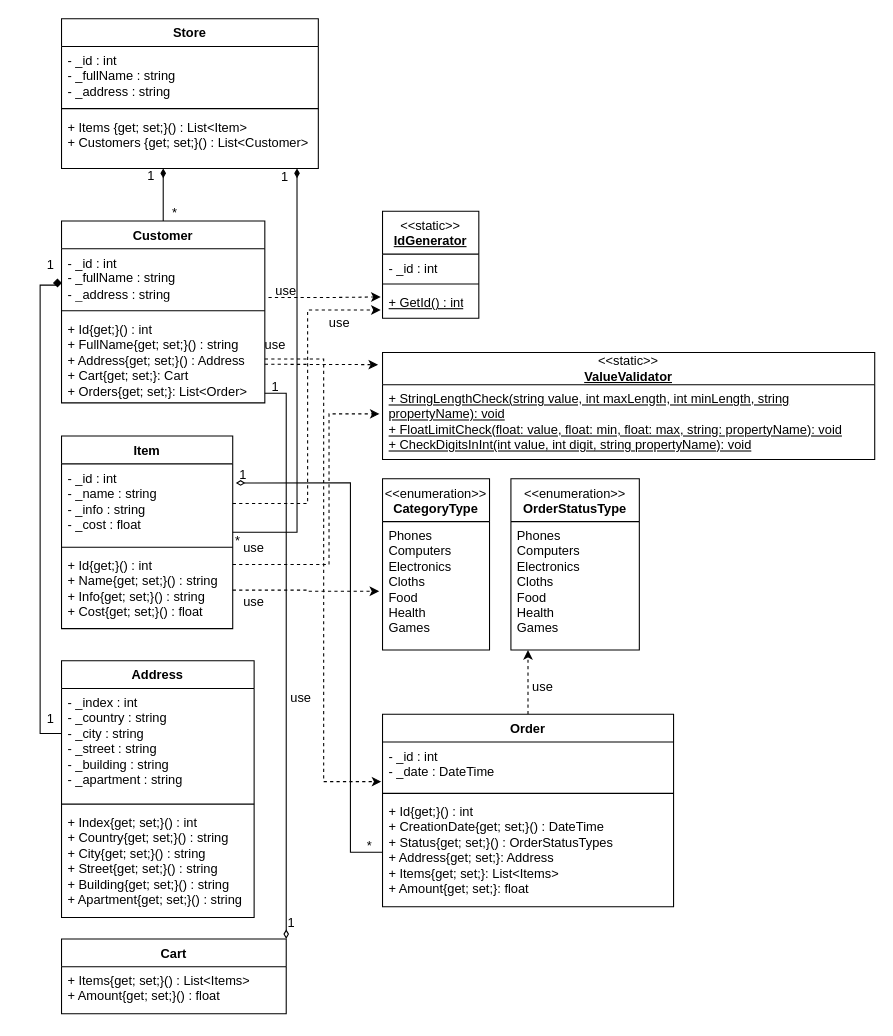
Earlier version of the draw.io diagram oop-winform/Diagram.drawio (antoniocra04/oop-winform). Source tidied: cells renumbered, new cells numbered last; positions are measured from the earlier drawing's top-left corner, leaving out a move shared by most shapes. Both pictures are drawn from the tidied source at 107%, with x=0, y=0 at pixel (18, 18).
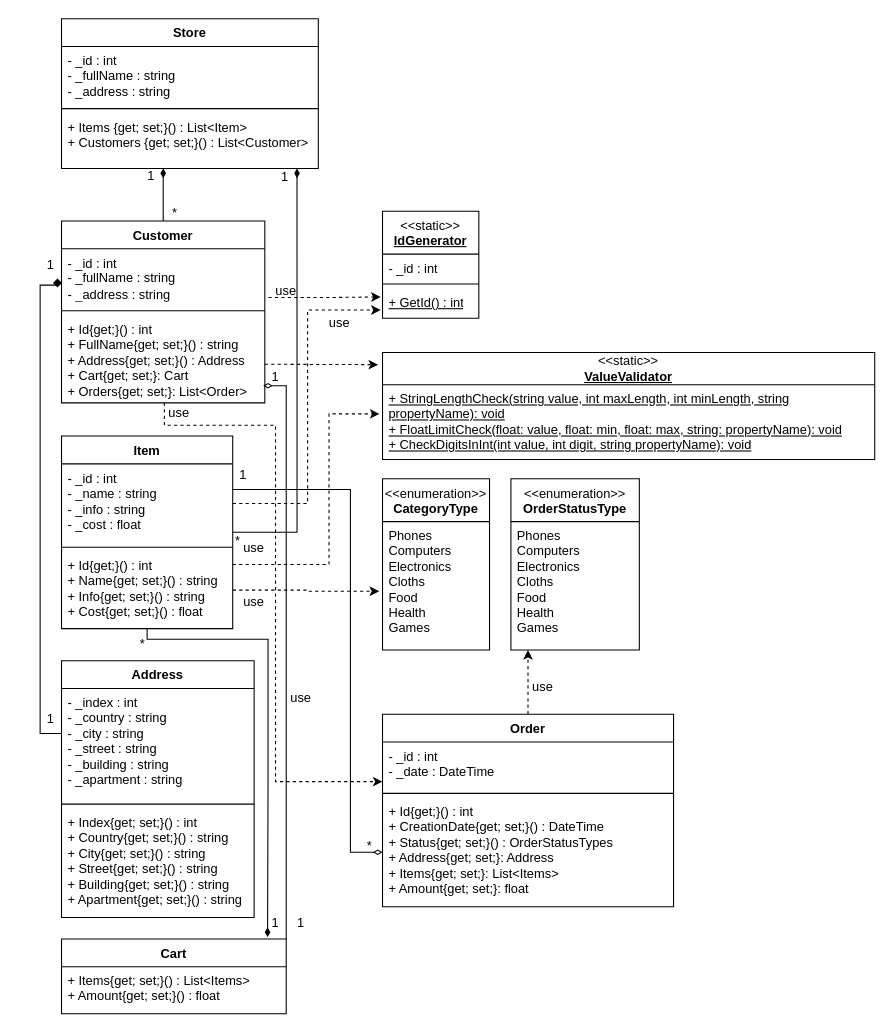
The same page after the edit.

Commit message (it also covers changes not shown here):
fix(ordersTab, diagramm): исправление замечаний

Unchanged cells that the change refers to:
```xml
<mxCell id="5" value="+ Id{get;}() : int&lt;br&gt;+ FullName{get; set;}() : string&lt;br&gt;+ Address{get; set;}() : Address&lt;div&gt;+ Cart{get; set;}: Cart&lt;/div&gt;&lt;div&gt;+ Orders{get; set;}: List&amp;lt;Order&amp;gt;&lt;/div&gt;" style="text;strokeColor=none;fillColor=none;align=left;verticalAlign=top;spacingLeft=4;spacingRight=4;overflow=hidden;points=[[0,0.5],[1,0.5]];portConstraint=eastwest;whiteSpace=wrap;html=1;" parent="2" vertex="1">
  <mxGeometry y="88" width="190" height="82" as="geometry" />
</mxCell>
<mxCell id="6" value="Item" style="swimlane;fontStyle=1;align=center;verticalAlign=top;horizontal=1;startSize=26;whiteSpace=wrap;html=1;" parent="1" vertex="1">
  <mxGeometry x="40" y="390" width="160" height="180" as="geometry" />
</mxCell>
<mxCell id="7" value="- _id : int&lt;br&gt;- _name : string&lt;br&gt;- _info : string&lt;br&gt;- _cost : float" style="text;strokeColor=none;fillColor=none;align=left;verticalAlign=top;spacingLeft=4;spacingRight=4;overflow=hidden;points=[[0,0.5],[1,0.5]];portConstraint=eastwest;whiteSpace=wrap;html=1;" parent="6" vertex="1">
  <mxGeometry y="26" width="160" height="74" as="geometry" />
</mxCell>
<mxCell id="45" value="Cart" style="swimlane;fontStyle=1;align=center;verticalAlign=top;horizontal=1;startSize=26;whiteSpace=wrap;html=1;" parent="1" vertex="1">
  <mxGeometry x="40" y="860" width="210" height="70" as="geometry" />
</mxCell>
<mxCell id="49" value="- _id : int&lt;br&gt;- _date : DateTime" style="text;strokeColor=none;fillColor=none;align=left;verticalAlign=top;spacingLeft=4;spacingRight=4;overflow=hidden;points=[[0,0.5],[1,0.5]];portConstraint=eastwest;whiteSpace=wrap;html=1;" parent="48" vertex="1">
  <mxGeometry y="26" width="272" height="44" as="geometry" />
</mxCell>
<mxCell id="51" value="+ Id{get;}() : int&lt;br&gt;+ CreationDate{get; set;}() : DateTime&lt;br&gt;+ Status{get; set;}() : OrderStatusTypes&lt;div&gt;+ Address{get; set;}: Address&lt;/div&gt;&lt;div&gt;+ Items{get; set;}: List&amp;lt;Items&amp;gt;&lt;/div&gt;&lt;div&gt;+ Amount{get; set;}: float&lt;/div&gt;" style="text;strokeColor=none;fillColor=none;align=left;verticalAlign=top;spacingLeft=4;spacingRight=4;overflow=hidden;points=[[0,0.5],[1,0.5]];portConstraint=eastwest;whiteSpace=wrap;html=1;" parent="48" vertex="1">
  <mxGeometry y="78" width="272" height="102" as="geometry" />
</mxCell>
```

The edit, as a diff of the source:
```diff
@@
     <mxCell id="20" value="use" style="text;html=1;align=center;verticalAlign=middle;whiteSpace=wrap;rounded=0;" parent="1" vertex="1">
-      <mxGeometry x="210" y="290" width="60" height="30" as="geometry" />
+      <mxGeometry x="120" y="354" width="60" height="30" as="geometry" />
     </mxCell>
@@
-    <mxCell id="55" style="edgeStyle=orthogonalEdgeStyle;rounded=0;jettySize=auto;html=1;entryX=1;entryY=0;entryDx=0;entryDy=0;endArrow=diamondThin;endFill=0;" parent="1" edge="1" source="5" target="45">
-      <mxGeometry relative="1" as="geometry">
-        <Array as="points">
-          <mxPoint x="250" y="350" />
-        </Array>
-      </mxGeometry>
-    </mxCell>
@@
-    <mxCell id="57" style="edgeStyle=orthogonalEdgeStyle;rounded=0;jettySize=auto;html=1;entryX=-0.004;entryY=0.841;entryDx=0;entryDy=0;entryPerimeter=0;dashed=1;" parent="1" edge="1" source="5" target="49">
-      <mxGeometry relative="1" as="geometry" />
+    <mxCell id="57" style="edgeStyle=orthogonalEdgeStyle;rounded=0;orthogonalLoop=1;jettySize=auto;html=1;entryX=-0.004;entryY=0.841;entryDx=0;entryDy=0;entryPerimeter=0;dashed=1;" parent="1" edge="1">
+      <mxGeometry relative="1" as="geometry">
+        <mxPoint x="136.1" y="359" as="sourcePoint" />
+        <mxPoint x="340" y="713" as="targetPoint" />
+        <Array as="points">
+          <mxPoint x="136" y="380" />
+          <mxPoint x="240" y="380" />
+          <mxPoint x="240" y="713" />
+        </Array>
+      </mxGeometry>
     </mxCell>
-    <mxCell id="58" style="edgeStyle=orthogonalEdgeStyle;rounded=0;jettySize=auto;html=1;entryX=1.018;entryY=0.241;entryDx=0;entryDy=0;entryPerimeter=0;endArrow=diamondThin;endFill=0;" parent="1" edge="1" source="51" target="7">
-      <mxGeometry relative="1" as="geometry">
-        <Array as="points">
-          <mxPoint x="310" y="779" />
-          <mxPoint x="310" y="434" />
-        </Array>
-      </mxGeometry>
-    </mxCell>
     <mxCell id="59" value="1" style="text;html=1;align=center;verticalAlign=middle;whiteSpace=wrap;rounded=0;" parent="1" vertex="1">
-      <mxGeometry x="225" y="329" width="30" height="30" as="geometry" />
+      <mxGeometry x="225" y="320" width="30" height="30" as="geometry" />
     </mxCell>
     <mxCell id="60" value="1" style="text;html=1;align=center;verticalAlign=middle;whiteSpace=wrap;rounded=0;" parent="1" vertex="1">
-      <mxGeometry x="240" y="830" width="30" height="30" as="geometry" />
+      <mxGeometry x="249" y="830" width="30" height="30" as="geometry" />
     </mxCell>
@@
+    <mxCell id="63" style="edgeStyle=orthogonalEdgeStyle;rounded=0;jettySize=auto;html=1;endArrow=diamondThin;endFill=0;" parent="1" edge="1" source="7" target="51">
+      <mxGeometry relative="1" as="geometry">
+        <Array as="points">
+          <mxPoint x="310" y="440" />
+          <mxPoint x="310" y="779" />
+        </Array>
+      </mxGeometry>
+    </mxCell>
+    <mxCell id="64" style="edgeStyle=orthogonalEdgeStyle;rounded=0;jettySize=auto;html=1;entryX=0.992;entryY=0.805;entryDx=0;entryDy=0;entryPerimeter=0;endArrow=diamondThin;endFill=0;" parent="1" edge="1" source="45" target="5">
+      <mxGeometry relative="1" as="geometry">
+        <Array as="points">
+          <mxPoint x="250" y="343" />
+        </Array>
+      </mxGeometry>
+    </mxCell>
+    <mxCell id="65" style="edgeStyle=orthogonalEdgeStyle;rounded=0;jettySize=auto;html=1;entryX=0.917;entryY=-0.026;entryDx=0;entryDy=0;entryPerimeter=0;endArrow=diamondThin;endFill=1;" parent="1" edge="1" source="6" target="45">
+      <mxGeometry relative="1" as="geometry">
+        <Array as="points">
+          <mxPoint x="120" y="580" />
+          <mxPoint x="233" y="580" />
+          <mxPoint x="233" y="715" />
+          <mxPoint x="233" y="715" />
+        </Array>
+      </mxGeometry>
+    </mxCell>
+    <mxCell id="66" value="*" style="text;html=1;align=center;verticalAlign=middle;whiteSpace=wrap;rounded=0;" parent="1" vertex="1">
+      <mxGeometry x="101" y="570" width="30" height="30" as="geometry" />
+    </mxCell>
+    <mxCell id="67" value="1" style="text;html=1;align=center;verticalAlign=middle;whiteSpace=wrap;rounded=0;" parent="1" vertex="1">
+      <mxGeometry x="225" y="830" width="30" height="30" as="geometry" />
+    </mxCell>
```
